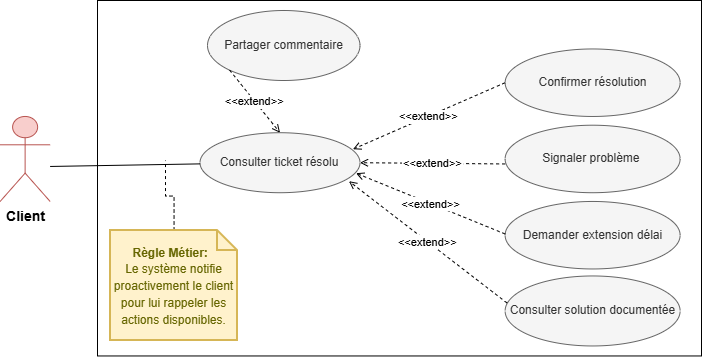
The draw.io diagram Images/cloturer_ticket.png in rihab-dev/Rapport-PFE, before a commit. Source tidied: cells renumbered, new cells last; positions are measured from the earlier drawing's top-left corner, leaving out a move shared by most shapes.
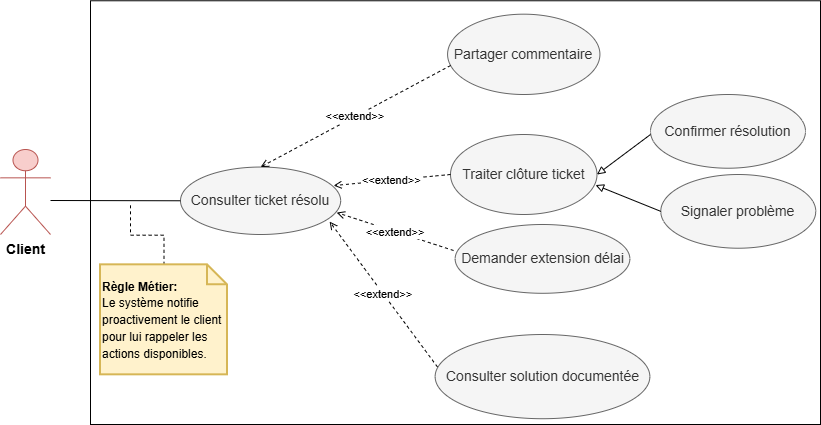
The same diagram one commit later.

Diff of the diagram source:
```diff
@@ -2,61 +2,65 @@
   <root>
     <mxCell id="0" />
     <mxCell id="1" parent="0" />
-    <mxCell id="2" value="Consulter ticket résolu" style="ellipse;whiteSpace=wrap;fillColor=#f5f5f5;fontColor=#333333;strokeColor=#666666;" parent="1" vertex="1">
-      <mxGeometry x="199.5" y="132.2" width="160" height="60" as="geometry" />
+    <mxCell id="2" value="Consulter ticket résolu" style="ellipse;whiteSpace=wrap;fillColor=#f5f5f5;fontColor=#333333;strokeColor=#666666;fontSize=14;" parent="1" vertex="1">
+      <mxGeometry x="1357" y="1562.5" width="160.2" height="67.5" as="geometry" />
     </mxCell>
-    <mxCell id="3" value="Confirmer résolution" style="ellipse;whiteSpace=wrap;fillColor=#f5f5f5;fontColor=#333333;strokeColor=#666666;" parent="1" vertex="1">
-      <mxGeometry x="504.6" y="48.5" width="175" height="67.5" as="geometry" />
-    </mxCell>
-    <mxCell id="4" style="edgeStyle=none;endArrow=none;endFill=0;" parent="1" edge="1" target="2">
-      <mxGeometry relative="1" as="geometry">
-        <mxPoint x="49.6" y="166" as="sourcePoint" />
-      </mxGeometry>
-    </mxCell>
+    <mxCell id="18" value="Traiter clôture ticket" style="ellipse;whiteSpace=wrap;fillColor=#f5f5f5;fontColor=#333333;strokeColor=#666666;fontSize=14;" parent="1" vertex="1">
+      <mxGeometry x="1627" y="1530" width="146.5" height="80" as="geometry" />
+    </mxCell>
+    <mxCell id="19" style="edgeStyle=none;endArrow=none;endFill=0;" parent="1" edge="1" target="2">
+      <mxGeometry relative="1" as="geometry">
+        <mxPoint x="1227" y="1596" as="sourcePoint" />
+      </mxGeometry>
+    </mxCell>
-    <mxCell id="5" value="&lt;&lt;extend&gt;&gt;" style="edgeStyle=none;dashed=1;endArrow=open;entryX=0.956;entryY=0.275;entryDx=0;entryDy=0;entryPerimeter=0;exitX=0;exitY=0.5;exitDx=0;exitDy=0;" parent="1" edge="1" source="3" target="2">
+    <mxCell id="5" value="&lt;&lt;extend&gt;&gt;" style="edgeStyle=none;dashed=1;endArrow=open;entryX=0.956;entryY=0.275;entryDx=0;entryDy=0;entryPerimeter=0;exitX=0;exitY=0.5;exitDx=0;exitDy=0;" parent="1" edge="1" source="18" target="2">
       <mxGeometry relative="1" as="geometry" />
     </mxCell>
     <mxCell id="6" value="&lt;font style=&quot;font-size: 14px;&quot;&gt;&lt;b style=&quot;&quot;&gt;Client&lt;/b&gt;&lt;/font&gt;" style="shape=umlActor;verticalLabelPosition=bottom;verticalAlign=top;html=1;fillColor=#f8cecc;strokeColor=#b85450;" parent="1" vertex="1">
-      <mxGeometry x="-0.4" y="116" width="50" height="85" as="geometry" />
+      <mxGeometry x="1177" y="1545" width="50" height="85" as="geometry" />
     </mxCell>
-    <mxCell id="7" style="rounded=0;whiteSpace=wrap;html=1;fillColor=none;" parent="1" vertex="1">
-      <mxGeometry x="97" width="604" height="355.5" as="geometry" />
-    </mxCell>
-    <mxCell id="8" value="Signaler problème " style="ellipse;whiteSpace=wrap;fillColor=#f5f5f5;fontColor=#333333;strokeColor=#666666;" parent="1" vertex="1">
-      <mxGeometry x="504.6" y="124.7" width="175" height="67.5" as="geometry" />
-    </mxCell>
+    <mxCell id="20" style="rounded=0;whiteSpace=wrap;html=1;fillColor=none;" parent="1" vertex="1">
+      <mxGeometry x="1267" y="1396.3" width="730" height="423.7" as="geometry" />
+    </mxCell>
+    <mxCell id="3" value="Confirmer résolution" style="ellipse;whiteSpace=wrap;fillColor=#f5f5f5;fontColor=#333333;strokeColor=#666666;fontSize=14;" parent="1" vertex="1">
+      <mxGeometry x="1827" y="1490" width="155" height="73.7" as="geometry" />
+    </mxCell>
-    <mxCell id="9" value="Demander extension délai" style="ellipse;whiteSpace=wrap;fillColor=#f5f5f5;fontColor=#333333;strokeColor=#666666;" parent="1" vertex="1">
-      <mxGeometry x="504.6" y="201" width="175" height="67.5" as="geometry" />
+    <mxCell id="9" value="Demander extension délai" style="ellipse;whiteSpace=wrap;fillColor=#f5f5f5;fontColor=#333333;strokeColor=#666666;fontSize=14;" parent="1" vertex="1">
+      <mxGeometry x="1631.6" y="1620" width="174.7" height="68.8" as="geometry" />
     </mxCell>
-    <mxCell id="10" value="Consulter solution documentée" style="ellipse;whiteSpace=wrap;fillColor=#f5f5f5;fontColor=#333333;strokeColor=#666666;" parent="1" vertex="1">
-      <mxGeometry x="504.6" y="275.5" width="175" height="70" as="geometry" />
+    <mxCell id="10" value="Consulter solution documentée" style="ellipse;whiteSpace=wrap;fillColor=#f5f5f5;fontColor=#333333;strokeColor=#666666;fontSize=14;" parent="1" vertex="1">
+      <mxGeometry x="1611.6" y="1730" width="214.7" height="84.2" as="geometry" />
     </mxCell>
-    <mxCell id="11" value="Partager commentaire" style="ellipse;whiteSpace=wrap;fillColor=#f5f5f5;fontColor=#333333;strokeColor=#666666;" parent="1" vertex="1">
-      <mxGeometry x="207" y="10" width="152.5" height="70" as="geometry" />
+    <mxCell id="11" value="Partager commentaire" style="ellipse;whiteSpace=wrap;fillColor=#f5f5f5;fontColor=#333333;strokeColor=#666666;fontSize=14;" parent="1" vertex="1">
+      <mxGeometry x="1624.1" y="1409.7" width="152.3" height="80.3" as="geometry" />
     </mxCell>
-    <mxCell id="12" value="&lt;&lt;extend&gt;&gt;" style="edgeStyle=none;dashed=1;endArrow=open;exitX=0;exitY=1;exitDx=0;exitDy=0;entryX=0.5;entryY=0;entryDx=0;entryDy=0;" parent="1" edge="1" source="11" target="2">
+    <mxCell id="12" value="&lt;&lt;extend&gt;&gt;" style="edgeStyle=none;dashed=1;endArrow=open;exitX=0.02;exitY=0.639;exitDx=0;exitDy=0;entryX=0.5;entryY=0;entryDx=0;entryDy=0;exitPerimeter=0;" parent="1" edge="1" source="11" target="2">
       <mxGeometry relative="1" as="geometry" />
     </mxCell>
-    <mxCell id="13" value="&lt;&lt;extend&gt;&gt;" style="edgeStyle=none;dashed=1;endArrow=open;entryX=1;entryY=0.5;entryDx=0;entryDy=0;exitX=0;exitY=0.5;exitDx=0;exitDy=0;" parent="1" edge="1" target="2">
-      <mxGeometry relative="1" as="geometry">
-        <mxPoint x="504.6" y="163.5" as="sourcePoint" />
-      </mxGeometry>
-    </mxCell>
-    <mxCell id="14" value="&lt;&lt;extend&gt;&gt;" style="edgeStyle=none;dashed=1;endArrow=open;entryX=0.975;entryY=0.675;entryDx=0;entryDy=0;entryPerimeter=0;exitX=0;exitY=0.5;exitDx=0;exitDy=0;" parent="1" edge="1" target="2">
-      <mxGeometry relative="1" as="geometry">
-        <mxPoint x="504.6" y="233.5" as="sourcePoint" />
-      </mxGeometry>
-    </mxCell>
+    <mxCell id="21" value="&lt;&lt;extend&gt;&gt;" style="edgeStyle=none;dashed=1;endArrow=open;entryX=0.975;entryY=0.675;entryDx=0;entryDy=0;entryPerimeter=0;exitX=-0.009;exitY=0.378;exitDx=0;exitDy=0;exitPerimeter=0;" parent="1" edge="1" source="9" target="2">
+      <mxGeometry relative="1" as="geometry" />
+    </mxCell>
     <mxCell id="15" value="&lt;&lt;extend&gt;&gt;" style="edgeStyle=none;dashed=1;endArrow=open;entryX=0.931;entryY=0.808;entryDx=0;entryDy=0;entryPerimeter=0;exitX=0.011;exitY=0.386;exitDx=0;exitDy=0;exitPerimeter=0;" parent="1" edge="1" source="10" target="2">
       <mxGeometry relative="1" as="geometry" />
     </mxCell>
-    <mxCell id="16" style="edgeStyle=orthogonalEdgeStyle;rounded=0;jettySize=auto;html=1;endArrow=none;endFill=0;dashed=1;" parent="1" edge="1" source="17">
-      <mxGeometry relative="1" as="geometry">
-        <mxPoint x="165" y="160" as="targetPoint" />
-      </mxGeometry>
-    </mxCell>
+    <mxCell id="22" style="edgeStyle=orthogonalEdgeStyle;rounded=0;jettySize=auto;html=1;endArrow=none;endFill=0;dashed=1;" parent="1" edge="1" source="17">
+      <mxGeometry relative="1" as="geometry">
+        <mxPoint x="1307" y="1600" as="targetPoint" />
+      </mxGeometry>
+    </mxCell>
-    <mxCell id="17" value="&lt;span style=&quot;font-size: 12px;&quot;&gt;&lt;b&gt;Règle Métier:&amp;nbsp;&amp;nbsp;&lt;/b&gt;&lt;/span&gt;&lt;div&gt;&lt;span style=&quot;font-size: 12px;&quot;&gt;Le système notifie proactivement le client pour lui rappeler les actions disponibles.&lt;/span&gt;&lt;/div&gt;" style="shape=note;strokeWidth=2;fontSize=14;size=20;whiteSpace=wrap;html=1;fillColor=#fff2cc;strokeColor=#d6b656;fontColor=#666600;" parent="1" vertex="1">
-      <mxGeometry x="110" y="230" width="127" height="110" as="geometry" />
+    <mxCell id="17" value="&lt;span style=&quot;font-size: 12px;&quot;&gt;&lt;b&gt;&lt;font style=&quot;color: rgb(0, 0, 0);&quot;&gt;Règle Métier:&amp;nbsp;&amp;nbsp;&lt;/font&gt;&lt;/b&gt;&lt;/span&gt;&lt;div&gt;&lt;span style=&quot;font-size: 12px;&quot;&gt;&lt;font style=&quot;color: rgb(0, 0, 0);&quot;&gt;Le système notifie proactivement le client pour lui rappeler les actions disponibles.&lt;/font&gt;&lt;/span&gt;&lt;/div&gt;" style="shape=note;strokeWidth=2;fontSize=14;size=20;whiteSpace=wrap;html=1;fillColor=#fff2cc;strokeColor=#d6b656;fontColor=#666600;align=left;" parent="1" vertex="1">
+      <mxGeometry x="1277" y="1660.3" width="127" height="110" as="geometry" />
     </mxCell>
+    <mxCell id="8" value="Signaler problème" style="ellipse;whiteSpace=wrap;fillColor=#f5f5f5;fontColor=#333333;strokeColor=#666666;fontSize=14;" parent="1" vertex="1">
+      <mxGeometry x="1837.3" y="1570" width="155" height="73.7" as="geometry" />
+    </mxCell>
+    <mxCell id="23" style="endArrow=block;html=1;rounded=0;entryX=1;entryY=0.5;entryDx=0;entryDy=0;endFill=0;" parent="1" edge="1" target="18">
+      <mxGeometry relative="1" as="geometry">
+        <mxPoint x="1827" y="1530" as="sourcePoint" />
+      </mxGeometry>
+    </mxCell>
+    <mxCell id="24" style="endArrow=block;html=1;rounded=0;entryX=0.99;entryY=0.632;entryDx=0;entryDy=0;endFill=0;entryPerimeter=0;exitX=0;exitY=0.5;exitDx=0;exitDy=0;" parent="1" edge="1" source="8" target="18">
+      <mxGeometry relative="1" as="geometry" />
+    </mxCell>
   </root>
 </mxGraphModel>
```
